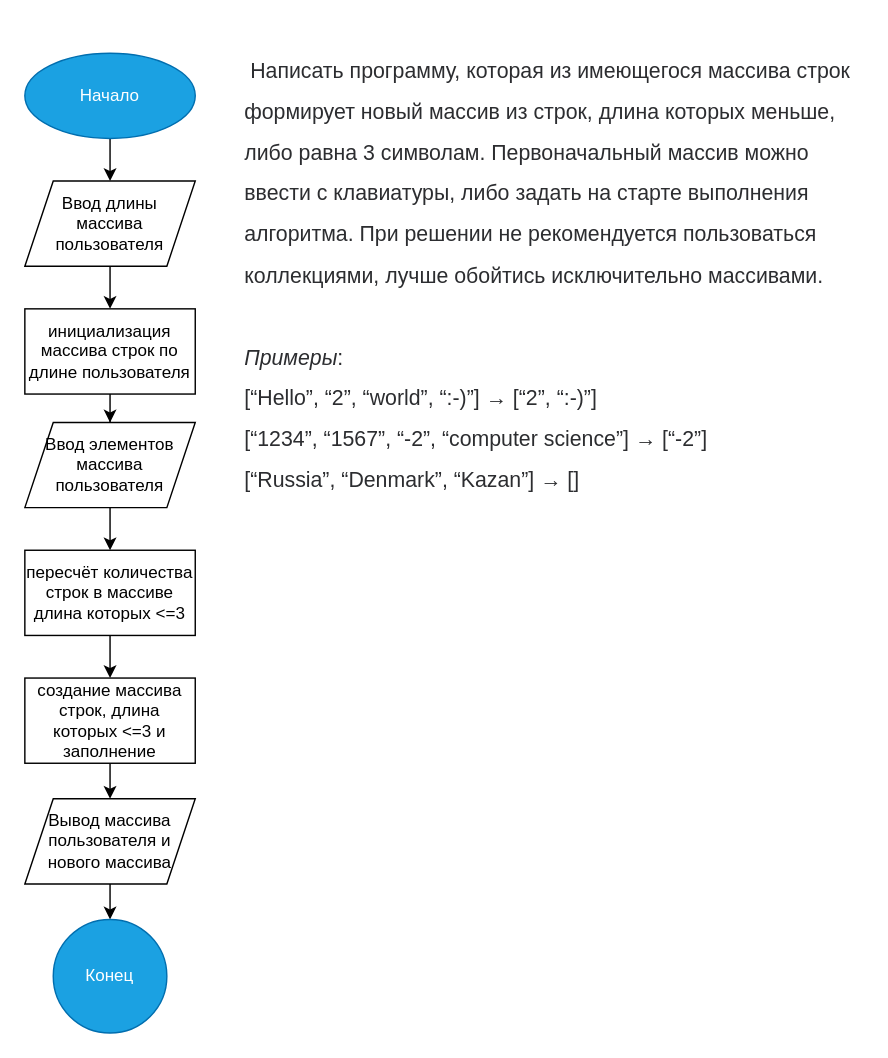
This is ArrayOfShortStrings.drawio from Ivan-Pankratov/Final-on-the-main-block, a draw.io file, before an edit. Source tidied: cells renumbered, new cells numbered last; positions are measured from the earlier drawing's top-left corner, leaving out a move shared by most shapes. Both pictures are drawn from the tidied source at 142%, with x=0, y=0 at pixel (24, 38).
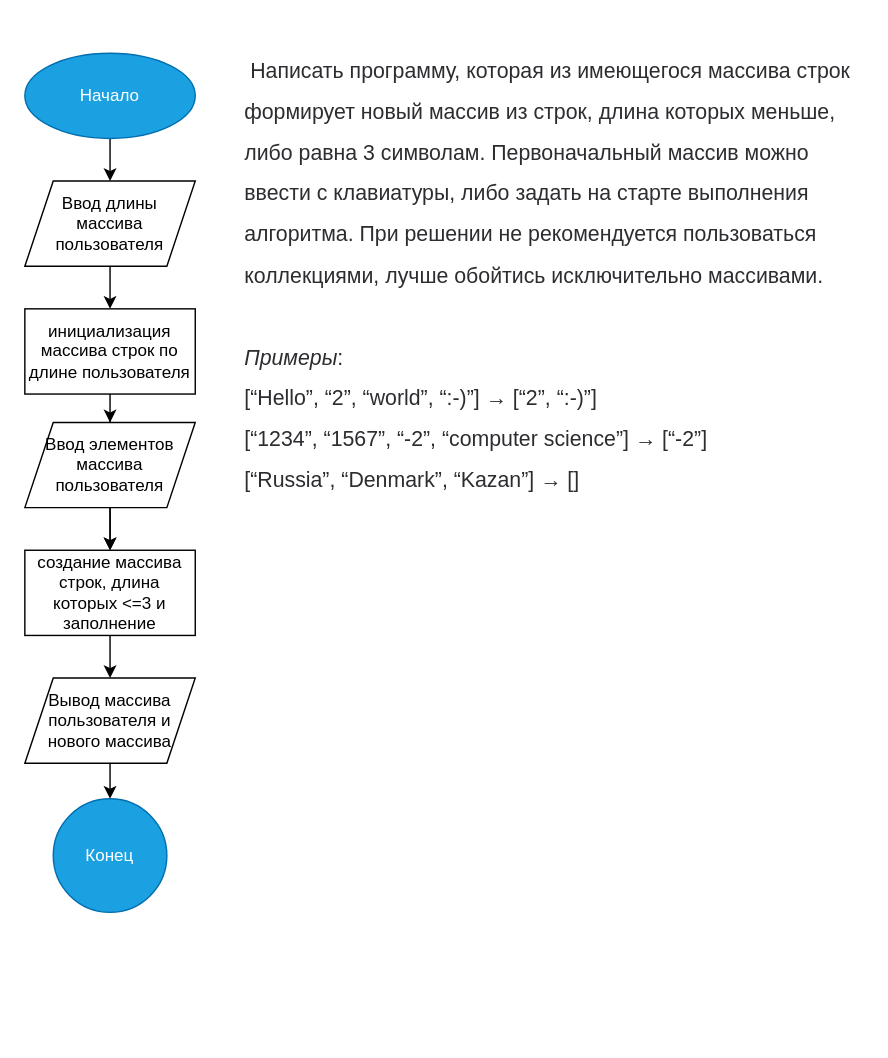
The same diagram, later.

Commit message (it also covers changes not shown here):
Внесены изменения в блок-схему, добавлены технические файлы

Diff of the diagram source:
```diff
@@
 <mxGraphModel>
   <root>
     <mxCell id="0" />
     <mxCell id="1" parent="0" />
     <mxCell id="2" style="edgeStyle=orthogonalEdgeStyle;rounded=0;jettySize=auto;html=1;" parent="1" edge="1" source="3" target="5">
       <mxGeometry relative="1" as="geometry" />
     </mxCell>
     <mxCell id="3" value="Начало" style="ellipse;whiteSpace=wrap;html=1;fillColor=#1ba1e2;strokeColor=#006EAF;fontColor=#ffffff;" parent="1" vertex="1">
       <mxGeometry y="10" width="120" height="60" as="geometry" />
     </mxCell>
     <mxCell id="4" style="edgeStyle=orthogonalEdgeStyle;rounded=0;jettySize=auto;html=1;" parent="1" edge="1" source="5" target="7">
       <mxGeometry relative="1" as="geometry" />
     </mxCell>
     <mxCell id="5" value="Ввод длины &lt;br&gt;массива пользователя" style="shape=parallelogram;perimeter=parallelogramPerimeter;whiteSpace=wrap;html=1;fixedSize=1;" parent="1" vertex="1">
       <mxGeometry y="100" width="120" height="60" as="geometry" />
     </mxCell>
     <mxCell id="6" style="edgeStyle=orthogonalEdgeStyle;rounded=0;jettySize=auto;html=1;" parent="1" edge="1" source="7" target="9">
       <mxGeometry relative="1" as="geometry" />
     </mxCell>
     <mxCell id="7" value="инициализация массива строк по длине пользователя" style="rounded=0;whiteSpace=wrap;html=1;" parent="1" vertex="1">
       <mxGeometry y="190" width="120" height="60" as="geometry" />
     </mxCell>
-    <mxCell id="8" style="edgeStyle=orthogonalEdgeStyle;rounded=0;jettySize=auto;html=1;" parent="1" edge="1" source="9" target="11">
-      <mxGeometry relative="1" as="geometry" />
+    <mxCell id="8" style="edgeStyle=orthogonalEdgeStyle;rounded=0;jettySize=auto;html=1;" parent="1" edge="1" source="9">
+      <mxGeometry relative="1" as="geometry">
+        <mxPoint x="60" y="360" as="targetPoint" />
+      </mxGeometry>
     </mxCell>
+    <mxCell id="18" style="edgeStyle=none;html=1;fontFamily=Helvetica;" parent="1" edge="1" source="9" target="13">
+      <mxGeometry relative="1" as="geometry" />
+    </mxCell>
     <mxCell id="9" value="Ввод элементов массива пользователя" style="shape=parallelogram;perimeter=parallelogramPerimeter;whiteSpace=wrap;html=1;fixedSize=1;" parent="1" vertex="1">
       <mxGeometry y="270" width="120" height="60" as="geometry" />
     </mxCell>
-    <mxCell id="10" style="edgeStyle=orthogonalEdgeStyle;rounded=0;jettySize=auto;html=1;" parent="1" edge="1" source="11" target="13">
-      <mxGeometry relative="1" as="geometry" />
-    </mxCell>
-    <mxCell id="11" value="пересчёт количества строк в массиве длина которых &amp;lt;=3" style="rounded=0;whiteSpace=wrap;html=1;" parent="1" vertex="1">
-      <mxGeometry y="360" width="120" height="60" as="geometry" />
-    </mxCell>
     <mxCell id="12" style="edgeStyle=orthogonalEdgeStyle;rounded=0;jettySize=auto;html=1;" parent="1" edge="1" source="13" target="15">
       <mxGeometry relative="1" as="geometry" />
     </mxCell>
     <mxCell id="13" value="создание массива строк, длина которых &amp;lt;=3 и заполнение" style="rounded=0;whiteSpace=wrap;html=1;" parent="1" vertex="1">
-      <mxGeometry y="450" width="120" height="60" as="geometry" />
+      <mxGeometry y="360" width="120" height="60" as="geometry" />
     </mxCell>
     <mxCell id="14" style="edgeStyle=orthogonalEdgeStyle;rounded=0;jettySize=auto;html=1;" parent="1" edge="1" source="15" target="16">
       <mxGeometry relative="1" as="geometry" />
     </mxCell>
     <mxCell id="15" value="Вывод массива пользователя и нового массива" style="shape=parallelogram;perimeter=parallelogramPerimeter;whiteSpace=wrap;html=1;fixedSize=1;" parent="1" vertex="1">
-      <mxGeometry y="535" width="120" height="60" as="geometry" />
+      <mxGeometry y="450" width="120" height="60" as="geometry" />
     </mxCell>
     <mxCell id="16" value="Конец" style="ellipse;whiteSpace=wrap;html=1;fillColor=#1ba1e2;strokeColor=#006EAF;fontColor=#ffffff;" parent="1" vertex="1">
-      <mxGeometry x="20" y="620" width="80" height="80" as="geometry" />
+      <mxGeometry x="20" y="535" width="80" height="80" as="geometry" />
     </mxCell>
     <mxCell id="17" value="&lt;h1&gt;&lt;span style=&quot;font-weight: normal;&quot;&gt;&lt;span style=&quot;color: rgb(44, 45, 48); font-size: 15px; background-color: rgb(255, 255, 255);&quot;&gt;&amp;nbsp;Написать программу, которая из имеющегося массива строк формирует новый массив из строк, длина которых меньше, либо равна 3 символам. Первоначальный массив можно ввести с клавиатуры, либо задать на старте выполнения алгоритма. При решении не рекомендуется пользоваться коллекциями, лучше обойтись исключительно массивами.&lt;/span&gt;&lt;br style=&quot;box-sizing: border-box; color: rgb(44, 45, 48); font-size: 15px; background-color: rgb(255, 255, 255);&quot;&gt;&lt;a style=&quot;color: rgb(37, 133, 238); box-sizing: border-box; background-color: rgb(255, 255, 255); cursor: pointer; overflow-wrap: break-word; font-size: 15px;&quot; target=&quot;_blank&quot; href=&quot;https://gb.ru/lessons/326889/homework&quot;&gt;&lt;/a&gt;&lt;br style=&quot;box-sizing: border-box; color: rgb(44, 45, 48); font-size: 15px; background-color: rgb(255, 255, 255);&quot;&gt;&lt;em style=&quot;box-sizing: border-box; color: rgb(44, 45, 48); font-size: 15px; background-color: rgb(255, 255, 255);&quot;&gt;Примеры&lt;/em&gt;&lt;span style=&quot;color: rgb(44, 45, 48); font-size: 15px; background-color: rgb(255, 255, 255);&quot;&gt;:&lt;/span&gt;&lt;br style=&quot;box-sizing: border-box; color: rgb(44, 45, 48); font-size: 15px; background-color: rgb(255, 255, 255);&quot;&gt;&lt;span style=&quot;color: rgb(44, 45, 48); font-size: 15px; background-color: rgb(255, 255, 255);&quot;&gt;[“Hello”, “2”, “world”, “:-)”] → [“2”, “:-)”]&lt;/span&gt;&lt;br style=&quot;box-sizing: border-box; color: rgb(44, 45, 48); font-size: 15px; background-color: rgb(255, 255, 255);&quot;&gt;&lt;span style=&quot;color: rgb(44, 45, 48); font-size: 15px; background-color: rgb(255, 255, 255);&quot;&gt;[“1234”, “1567”, “-2”, “computer science”] → [“-2”]&lt;/span&gt;&lt;br style=&quot;box-sizing: border-box; color: rgb(44, 45, 48); font-size: 15px; background-color: rgb(255, 255, 255);&quot;&gt;&lt;span style=&quot;color: rgb(44, 45, 48); font-size: 15px; background-color: rgb(255, 255, 255);&quot;&gt;[“Russia”, “Denmark”, “Kazan”] → []&lt;/span&gt;&lt;/span&gt;&lt;/h1&gt;" style="text;html=1;strokeColor=none;fillColor=none;spacing=5;spacingTop=-20;whiteSpace=wrap;overflow=hidden;rounded=0;" parent="1" vertex="1">
       <mxGeometry x="150" width="440" height="340" as="geometry" />
     </mxCell>
   </root>
 </mxGraphModel>
```
